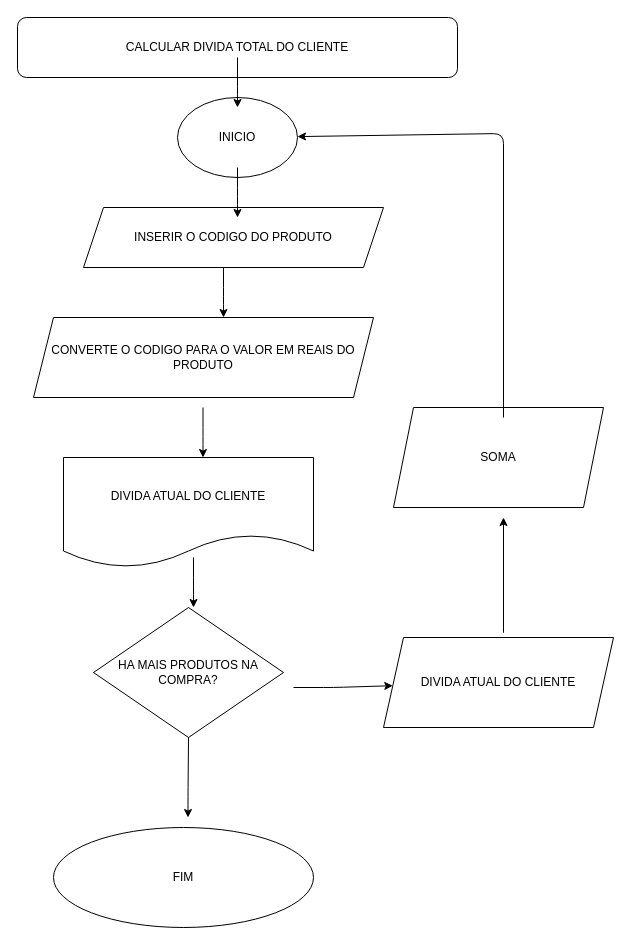
Before: Untitled Diagram.drawio in Marco862/marco, a draw.io diagram. Source tidied: cells renumbered, new cells numbered last; positions are measured from the earlier drawing's top-left corner, leaving out a move shared by most shapes. Both pictures are drawn from the tidied source at 100%, with x=0, y=0 at pixel (17, 17).
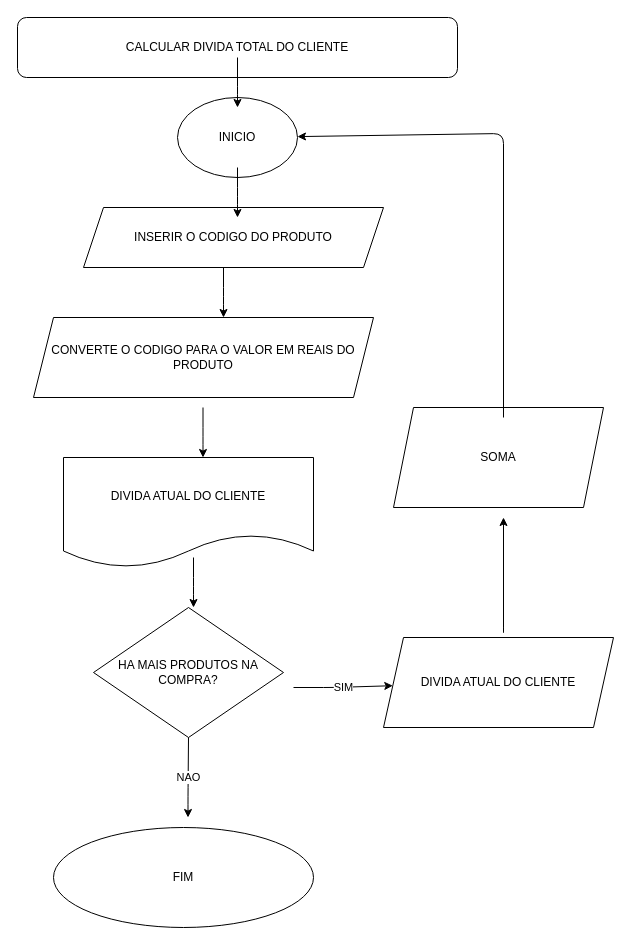
The same page after the edit.

Unchanged cells that the change refers to:
```xml
<mxCell id="8" value="HA MAIS PRODUTOS NA COMPRA?" style="rhombus;whiteSpace=wrap;html=1;" parent="1" vertex="1">
  <mxGeometry x="76" y="590" width="190" height="130" as="geometry" />
</mxCell>
<mxCell id="9" value="DIVIDA ATUAL DO CLIENTE" style="shape=parallelogram;perimeter=parallelogramPerimeter;whiteSpace=wrap;html=1;fixedSize=1;" parent="1" vertex="1">
  <mxGeometry x="366" y="620" width="230" height="90" as="geometry" />
</mxCell>
```

The edit, as a diff of the source:
```diff
@@
-    <mxCell id="16" style="endArrow=classic;html=1;exitX=0.5;exitY=1;exitDx=0;exitDy=0;" parent="1" edge="1" source="8">
+    <mxCell id="16" value="NAO" style="endArrow=classic;html=1;exitX=0.5;exitY=1;exitDx=0;exitDy=0;" parent="1" edge="1" source="8">
       <mxGeometry relative="1" as="geometry">
         <mxPoint x="170.5" y="800" as="targetPoint" />
         <Array as="points">
           <mxPoint x="170.5" y="780" />
         </Array>
       </mxGeometry>
     </mxCell>
-    <mxCell id="17" style="endArrow=classic;html=1;" parent="1" edge="1" target="9">
+    <mxCell id="17" value="SIM" style="endArrow=classic;html=1;" parent="1" edge="1" target="9">
       <mxGeometry relative="1" as="geometry">
         <mxPoint x="276" y="670" as="sourcePoint" />
         <Array as="points">
           <mxPoint x="316" y="670" />
         </Array>
       </mxGeometry>
     </mxCell>
```
